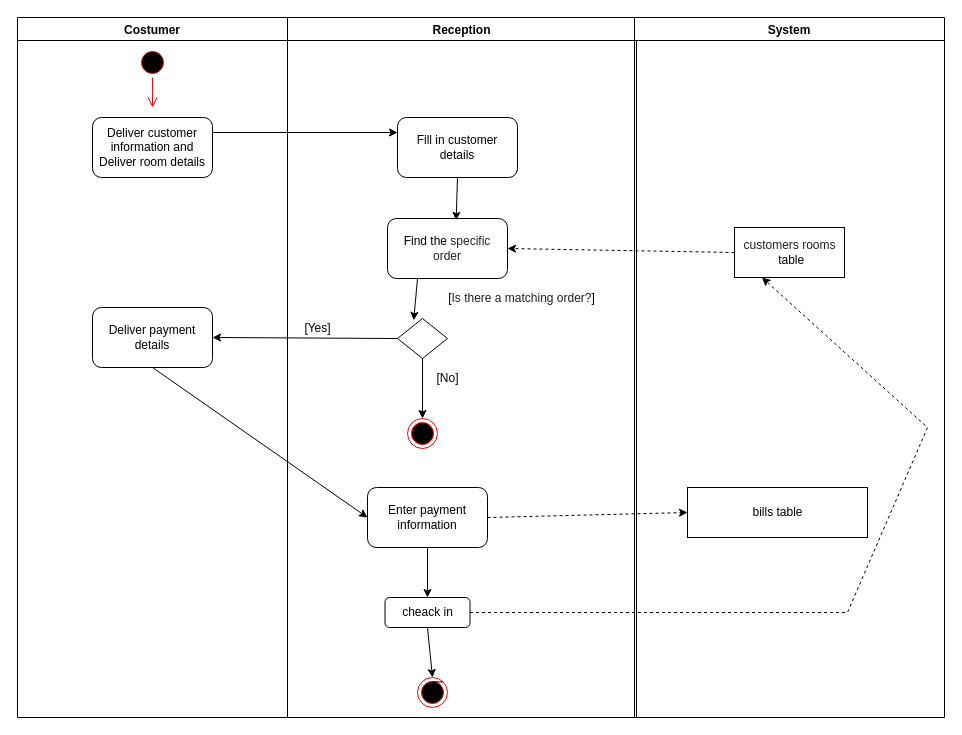
Earlier version of the draw.io diagram הכנה לפרוייקט גמר/drowio/צאק אין מעודכן.drawio (MaorShtern/LHOTEL). Source tidied: cells renumbered, new cells numbered last; positions are measured from the earlier drawing's top-left corner, leaving out a move shared by most shapes. Both pictures are drawn from the tidied source at 100%, with x=0, y=0 at pixel (17, 17).
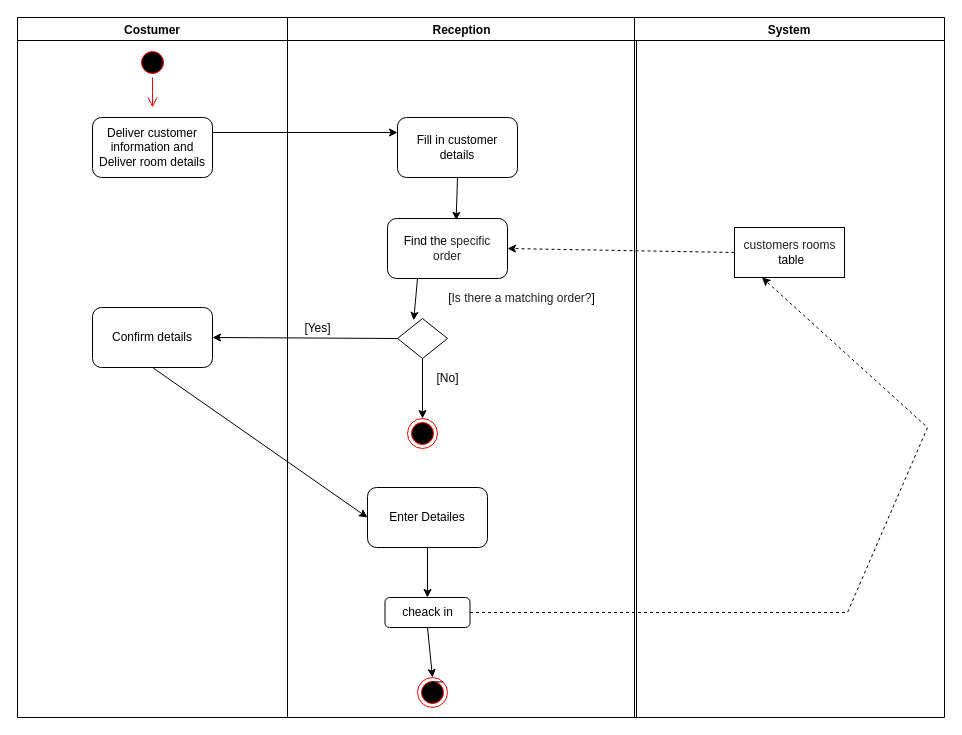
After the change.

The change refers to these unchanged cells:
```xml
<mxCell id="2" value="Costumer" style="swimlane;" parent="1" vertex="1">
  <mxGeometry width="270" height="700" as="geometry" />
</mxCell>
<mxCell id="7" value="Reception" style="swimlane;startSize=23;" parent="1" vertex="1">
  <mxGeometry x="270" width="349" height="700" as="geometry" />
</mxCell>
<mxCell id="23" value="System" style="swimlane;" parent="1" vertex="1">
  <mxGeometry x="617" width="310" height="700" as="geometry" />
</mxCell>
```

Diff of the diagram source:
```diff
@@
-    <mxCell id="6" value="Deliver payment details" style="rounded=1;whiteSpace=wrap;html=1;" parent="2" vertex="1">
+    <mxCell id="6" value="Confirm details" style="rounded=1;whiteSpace=wrap;html=1;" parent="2" vertex="1">
       <mxGeometry x="75" y="290" width="120" height="60" as="geometry" />
     </mxCell>
@@
-    <mxCell id="13" value="Enter payment information" style="rounded=1;whiteSpace=wrap;html=1;fontSize=12;" parent="7" vertex="1">
+    <mxCell id="13" value="Enter Detailes" style="rounded=1;whiteSpace=wrap;html=1;fontSize=12;" parent="7" vertex="1">
       <mxGeometry x="80" y="470" width="120" height="60" as="geometry" />
     </mxCell>
@@
-    <mxCell id="25" value="bills table" style="html=1;" parent="23" vertex="1">
-      <mxGeometry x="53" y="470" width="180" height="50" as="geometry" />
-    </mxCell>
@@
-    <mxCell id="30" style="endArrow=classic;html=1;rounded=0;fontSize=12;exitX=1;exitY=0.5;exitDx=0;exitDy=0;entryX=0;entryY=0.5;entryDx=0;entryDy=0;dashed=1;" parent="1" edge="1" source="13" target="25">
-      <mxGeometry relative="1" as="geometry" />
-    </mxCell>
```
